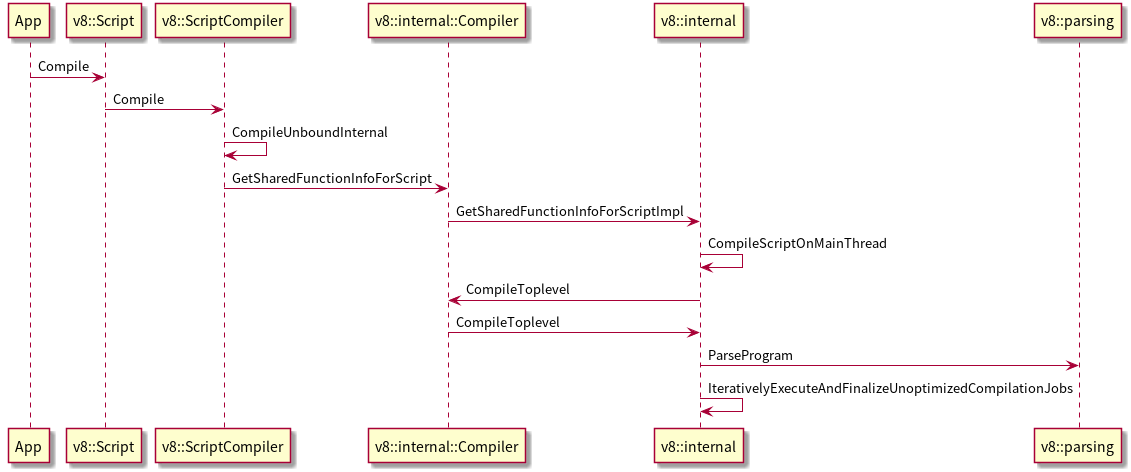
Above: docs/v8.png in lusing/misc (PlantUML), before the change. Its source is kept beside it as docs/v8.puml.
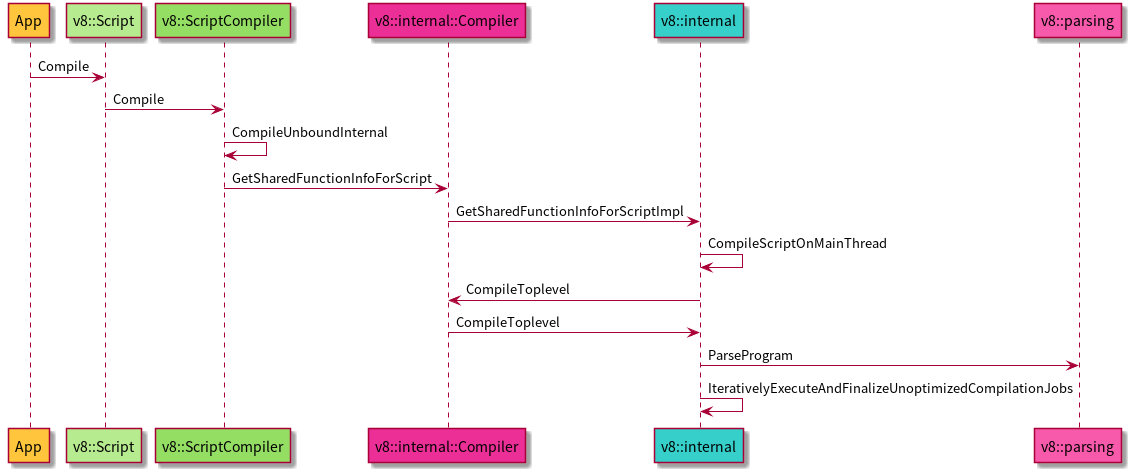
After the change.

Change to the diagram source:
```diff
@@ -1,10 +1,10 @@
 @startuml
-participant App
-participant "v8::Script" as v8_script
-participant "v8::ScriptCompiler" as v8_scriptCompiler
-participant "v8::internal::Compiler" as internal_Compiler
-participant "v8::internal" as internal
-participant "v8::parsing" as parsing
+participant App #ffc53d
+participant "v8::Script" as v8_script #b7eb8f
+participant "v8::ScriptCompiler" as v8_scriptCompiler #95de64
+participant "v8::internal::Compiler" as internal_Compiler #eb2f96
+participant "v8::internal" as internal #36cfc9
+participant "v8::parsing" as parsing #f759ab
 App -> v8_script : Compile
 v8_script -> v8_scriptCompiler : Compile
 v8_scriptCompiler -> v8_scriptCompiler : CompileUnboundInternal
```
